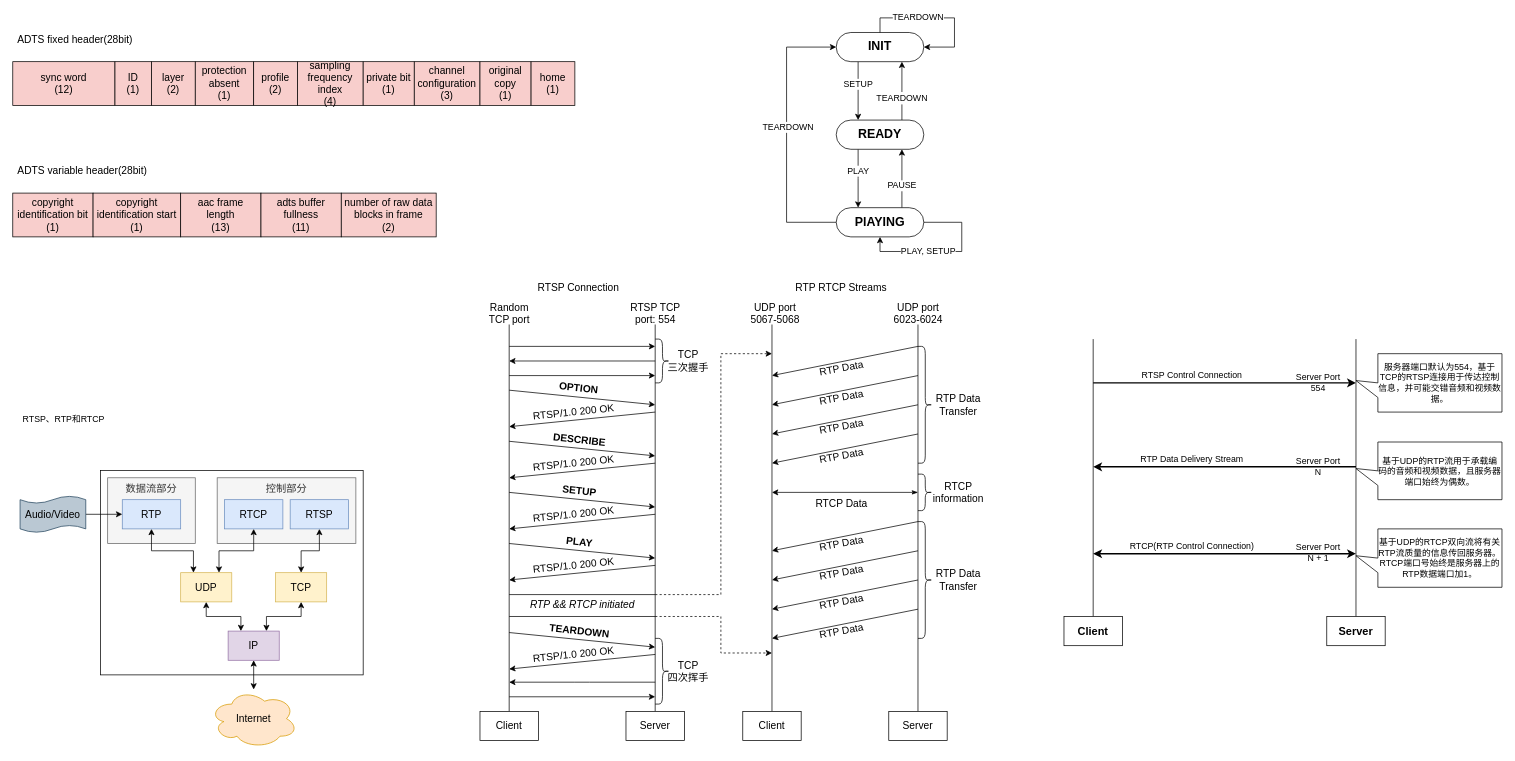
Ritchie-Lin/items keeps this draw.io diagram as drawSomething_2.drawio. Above is the earlier version. Source tidied: cells renumbered, new cells numbered last; positions are measured from the earlier drawing's top-left corner, leaving out a move shared by most shapes. Both pictures are drawn from the tidied source at 73%, with x=0, y=0 at pixel (12, 18).
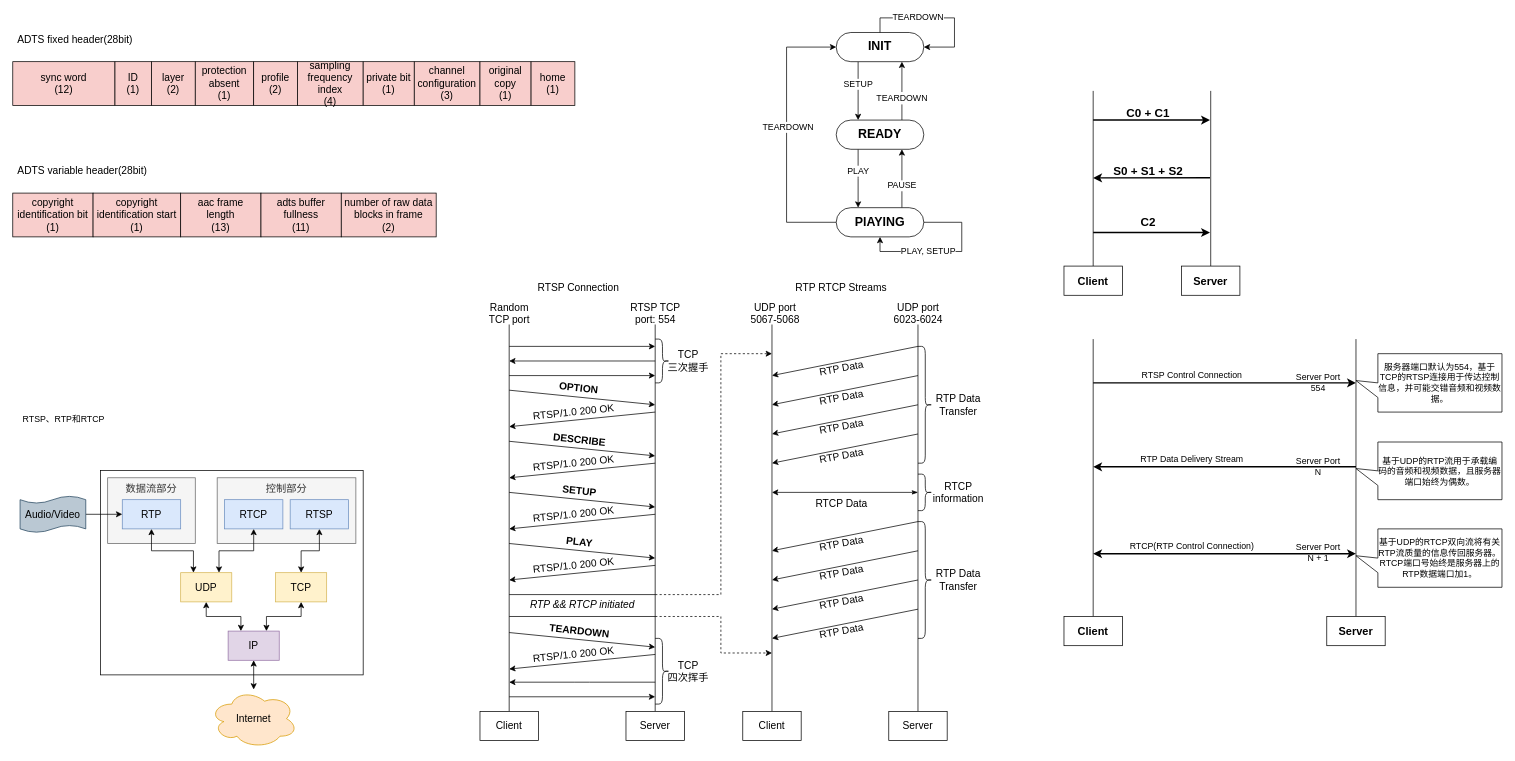
Above is the later version.

What changed in the source:
```diff
@@
+    <mxCell id="138" style="endArrow=none;html=1;fontSize=14;exitX=0.5;exitY=0;exitDx=0;exitDy=0;" parent="1" edge="1" source="140">
+      <mxGeometry relative="1" as="geometry">
+        <mxPoint x="1480" y="100" as="targetPoint" />
+      </mxGeometry>
+    </mxCell>
+    <mxCell id="139" style="endArrow=none;html=1;fontSize=14;exitX=0.5;exitY=0;exitDx=0;exitDy=0;" parent="1" edge="1" source="141">
+      <mxGeometry relative="1" as="geometry">
+        <mxPoint x="1641" y="100" as="targetPoint" />
+      </mxGeometry>
+    </mxCell>
+    <mxCell id="140" value="Client" style="rounded=0;whiteSpace=wrap;html=1;fontSize=15;align=center;fontStyle=1;" parent="1" vertex="1">
+      <mxGeometry x="1440" y="340" width="80" height="40" as="geometry" />
+    </mxCell>
+    <mxCell id="141" value="Server" style="rounded=0;whiteSpace=wrap;html=1;fontSize=15;align=center;fontStyle=1;" parent="1" vertex="1">
+      <mxGeometry x="1601" y="340" width="80" height="40" as="geometry" />
+    </mxCell>
+    <mxCell id="142" style="endArrow=classic;html=1;fontSize=12;strokeWidth=2;" parent="1" edge="1">
+      <mxGeometry relative="1" as="geometry">
+        <mxPoint x="1480" y="140" as="sourcePoint" />
+        <mxPoint x="1640" y="140" as="targetPoint" />
+      </mxGeometry>
+    </mxCell>
+    <mxCell id="143" value="&lt;font style=&quot;font-size: 16px&quot;&gt;&lt;b&gt;C0 + C1&lt;/b&gt;&lt;/font&gt;" style="text;html=1;align=center;verticalAlign=middle;fontSize=12;" parent="1" vertex="1">
+      <mxGeometry x="1520" y="120" width="70" height="20" as="geometry" />
+    </mxCell>
+    <mxCell id="144" style="endArrow=none;html=1;fontSize=12;endFill=0;startArrow=classic;startFill=1;strokeWidth=2;" parent="1" edge="1">
+      <mxGeometry relative="1" as="geometry">
+        <mxPoint x="1480" y="219.2" as="sourcePoint" />
+        <mxPoint x="1640" y="219" as="targetPoint" />
+      </mxGeometry>
+    </mxCell>
+    <mxCell id="145" value="&lt;font style=&quot;font-size: 16px&quot;&gt;&lt;b&gt;S0 + S1 + S2&lt;/b&gt;&lt;/font&gt;" style="text;html=1;align=center;verticalAlign=middle;fontSize=12;" parent="1" vertex="1">
+      <mxGeometry x="1500" y="200" width="110" height="20" as="geometry" />
+    </mxCell>
+    <mxCell id="146" style="endArrow=classic;html=1;fontSize=12;startArrow=none;startFill=0;strokeWidth=2;" parent="1" edge="1">
+      <mxGeometry relative="1" as="geometry">
+        <mxPoint x="1480" y="294" as="sourcePoint" />
+        <mxPoint x="1640" y="294" as="targetPoint" />
+      </mxGeometry>
+    </mxCell>
+    <mxCell id="147" value="&lt;font style=&quot;font-size: 16px&quot;&gt;&lt;b&gt;C2&lt;/b&gt;&lt;/font&gt;" style="text;html=1;align=center;verticalAlign=middle;fontSize=12;" parent="1" vertex="1">
+      <mxGeometry x="1535" y="270" width="40" height="20" as="geometry" />
+    </mxCell>
```
